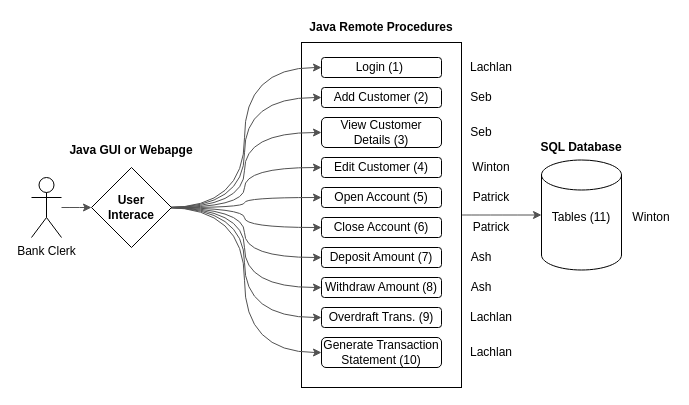
Earlier version of the draw.io diagram Docs/System Design.drawio (lolcats111/JDBC-Project-Group-B). Source tidied: cells renumbered, new cells numbered last; positions are measured from the earlier drawing's top-left corner, leaving out a move shared by most shapes. Both pictures are drawn from the tidied source at 100%, with x=0, y=0 at pixel (31, 17).
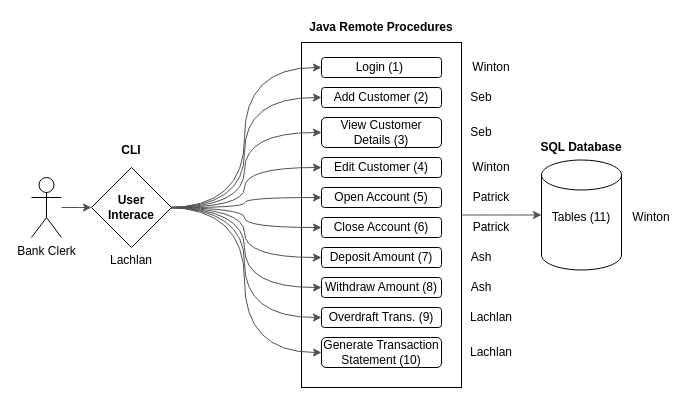
The same page after the edit.

The edit, as a diff of the source:
```diff
@@
-    <mxCell id="38" value="Lachlan" style="text;html=1;strokeColor=none;fillColor=none;align=center;verticalAlign=middle;whiteSpace=wrap;rounded=0;" parent="1" vertex="1">
+    <mxCell id="38" value="Winton" style="text;html=1;strokeColor=none;fillColor=none;align=center;verticalAlign=middle;whiteSpace=wrap;rounded=0;" parent="1" vertex="1">
       <mxGeometry x="440" y="40" width="40" height="20" as="geometry" />
     </mxCell>
@@
-    <mxCell id="42" value="Java GUI or Webapge" style="text;html=1;strokeColor=none;fillColor=none;align=center;verticalAlign=middle;whiteSpace=wrap;rounded=0;fontStyle=1;" parent="1" vertex="1">
+    <mxCell id="42" value="CLI" style="text;html=1;strokeColor=none;fillColor=none;align=center;verticalAlign=middle;whiteSpace=wrap;rounded=0;fontStyle=1;" parent="1" vertex="1">
       <mxGeometry x="25" y="122.5" width="150" height="20" as="geometry" />
     </mxCell>
+    <mxCell id="43" value="Lachlan" style="text;html=1;strokeColor=none;fillColor=none;align=center;verticalAlign=middle;whiteSpace=wrap;rounded=0;" parent="1" vertex="1">
+      <mxGeometry x="80" y="232.5" width="40" height="20" as="geometry" />
+    </mxCell>
```
